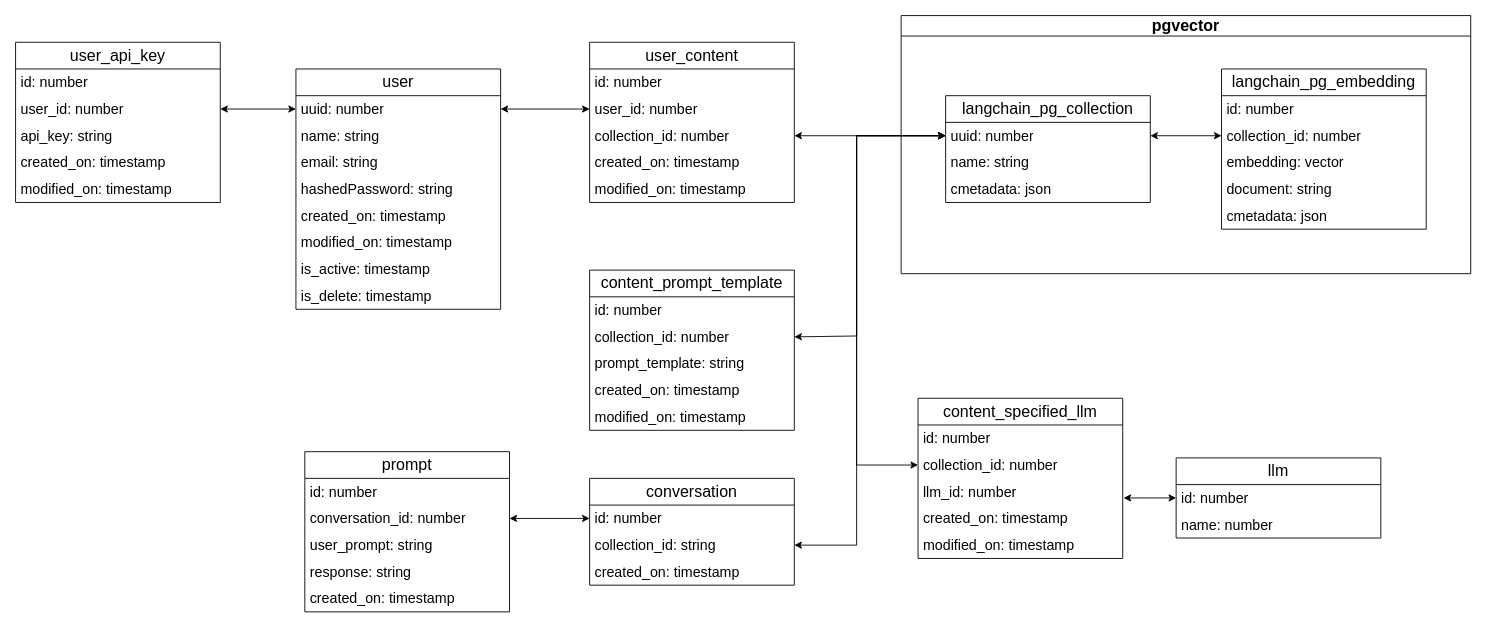
The draw.io diagram docs/DBSchema.drawio in busycaesar/Content_Driven_LLM_APIs, before the edit. Source tidied: cells renumbered, new cells numbered last; positions are measured from the earlier drawing's top-left corner, leaving out a move shared by most shapes. Both pictures are drawn from the tidied source at 89%, with x=0, y=0 at pixel (15, 15).
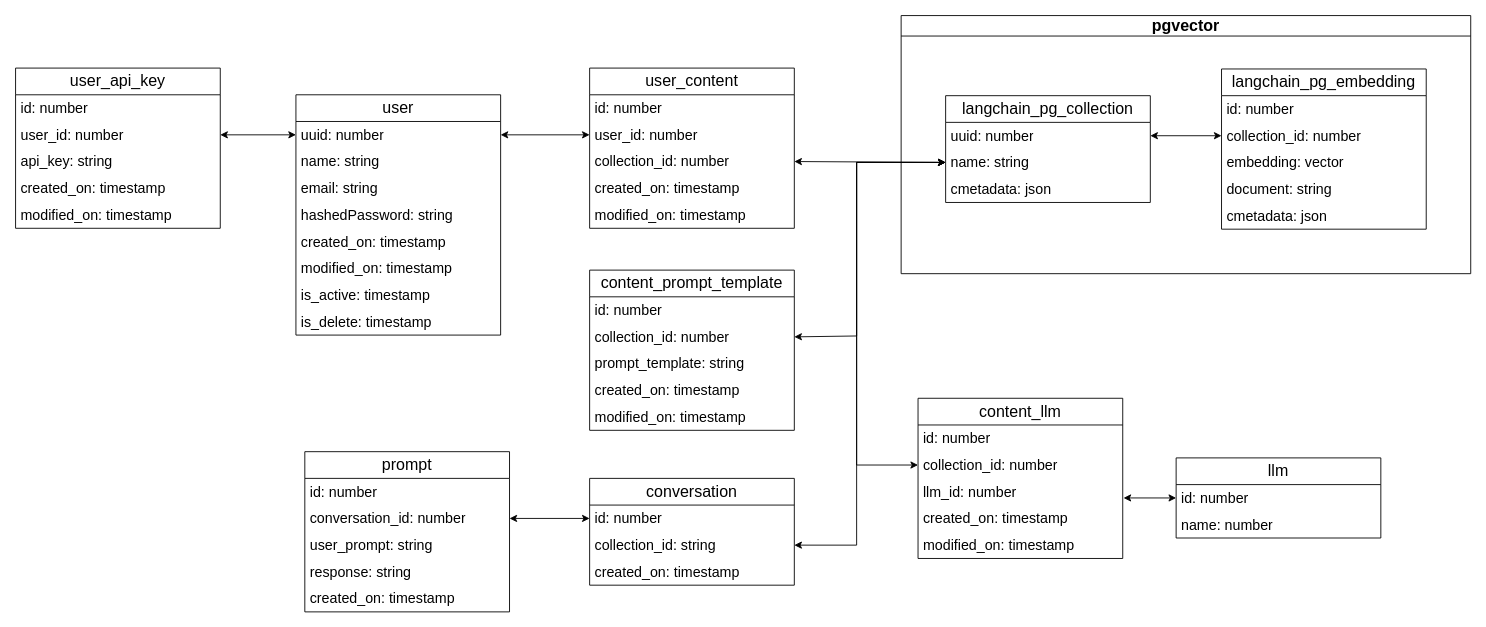
The same diagram, later.

Unchanged cells that the change refers to:
```xml
<mxCell id="3" value="&lt;font style=&quot;font-size: 16px;&quot;&gt;uuid: number&lt;/font&gt;" style="text;strokeColor=none;fillColor=none;align=left;verticalAlign=middle;spacingLeft=4;spacingRight=4;overflow=hidden;points=[[0,0.5],[1,0.5]];portConstraint=eastwest;whiteSpace=wrap;html=1;" parent="2" vertex="1">
  <mxGeometry y="30" width="230" height="30" as="geometry" />
</mxCell>
<mxCell id="4" value="&lt;font style=&quot;font-size: 16px;&quot;&gt;name: string&lt;/font&gt;" style="text;strokeColor=none;fillColor=none;align=left;verticalAlign=middle;spacingLeft=4;spacingRight=4;overflow=hidden;points=[[0,0.5],[1,0.5]];portConstraint=eastwest;whiteSpace=wrap;html=1;" parent="2" vertex="1">
  <mxGeometry y="60" width="230" height="30" as="geometry" />
</mxCell>
<mxCell id="24" value="&lt;font style=&quot;font-size: 16px;&quot;&gt;collection_id: number&lt;/font&gt;" style="text;strokeColor=none;fillColor=none;align=left;verticalAlign=middle;spacingLeft=4;spacingRight=4;overflow=hidden;points=[[0,0.5],[1,0.5]];portConstraint=eastwest;whiteSpace=wrap;html=1;" parent="21" vertex="1">
  <mxGeometry y="90" width="230" height="30" as="geometry" />
</mxCell>
<mxCell id="29" value="&lt;font style=&quot;font-size: 16px;&quot;&gt;collection_id: number&lt;/font&gt;" style="text;strokeColor=none;fillColor=none;align=left;verticalAlign=middle;spacingLeft=4;spacingRight=4;overflow=hidden;points=[[0,0.5],[1,0.5]];portConstraint=eastwest;whiteSpace=wrap;html=1;" parent="27" vertex="1">
  <mxGeometry y="60" width="230" height="30" as="geometry" />
</mxCell>
<mxCell id="41" value="&lt;font style=&quot;font-size: 16px;&quot;&gt;collection_id: string&lt;/font&gt;" style="text;strokeColor=none;fillColor=none;align=left;verticalAlign=middle;spacingLeft=4;spacingRight=4;overflow=hidden;points=[[0,0.5],[1,0.5]];portConstraint=eastwest;whiteSpace=wrap;html=1;" parent="39" vertex="1">
  <mxGeometry y="60" width="230" height="30" as="geometry" />
</mxCell>
<mxCell id="52" value="&lt;font style=&quot;font-size: 16px;&quot;&gt;collection_id: number&lt;/font&gt;" style="text;strokeColor=none;fillColor=none;align=left;verticalAlign=middle;spacingLeft=4;spacingRight=4;overflow=hidden;points=[[0,0.5],[1,0.5]];portConstraint=eastwest;whiteSpace=wrap;html=1;" parent="50" vertex="1">
  <mxGeometry y="60" width="230" height="30" as="geometry" />
</mxCell>
```

Diff of the diagram source:
```diff
@@
     <mxCell id="12" value="&lt;font style=&quot;font-size: 18px;&quot;&gt;user&lt;/font&gt;" style="swimlane;fontStyle=0;horizontal=1;startSize=30;whiteSpace=wrap;html=1;" parent="1" vertex="1">
-      <mxGeometry x="315" y="60" width="230" height="270" as="geometry" />
+      <mxGeometry x="315" y="89" width="230" height="270" as="geometry" />
     </mxCell>
@@
     <mxCell id="21" value="&lt;font style=&quot;font-size: 18px;&quot;&gt;user_content&lt;/font&gt;" style="swimlane;fontStyle=0;horizontal=1;startSize=30;whiteSpace=wrap;html=1;" parent="1" vertex="1">
-      <mxGeometry x="645" y="30" width="230" height="180" as="geometry" />
+      <mxGeometry x="645" y="59" width="230" height="180" as="geometry" />
     </mxCell>
@@
-    <mxCell id="46" style="endArrow=classic;startArrow=classic;html=1;rounded=0;exitX=1;exitY=0.5;exitDx=0;exitDy=0;entryX=0;entryY=0.5;entryDx=0;entryDy=0;" parent="1" edge="1" source="24" target="3">
+    <mxCell id="46" style="endArrow=classic;startArrow=classic;html=1;rounded=0;exitX=1;exitY=0.5;exitDx=0;exitDy=0;entryX=0;entryY=0.5;entryDx=0;entryDy=0;" parent="1" edge="1" source="24" target="4">
       <mxGeometry relative="1" as="geometry" />
     </mxCell>
-    <mxCell id="47" style="endArrow=classic;startArrow=classic;html=1;rounded=0;exitX=1;exitY=0.5;exitDx=0;exitDy=0;entryX=0;entryY=0.5;entryDx=0;entryDy=0;" parent="1" edge="1" source="29" target="3">
+    <mxCell id="47" style="endArrow=classic;startArrow=classic;html=1;rounded=0;exitX=1;exitY=0.5;exitDx=0;exitDy=0;entryX=0;entryY=0.5;entryDx=0;entryDy=0;" parent="1" edge="1" source="29" target="4">
       <mxGeometry relative="1" as="geometry">
         <Array as="points">
           <mxPoint x="945" y="360" />
-          <mxPoint x="945" y="135" />
+          <mxPoint x="945" y="165" />
         </Array>
       </mxGeometry>
     </mxCell>
-    <mxCell id="48" style="endArrow=classic;startArrow=classic;html=1;rounded=0;entryX=0;entryY=0.5;entryDx=0;entryDy=0;exitX=1;exitY=0.5;exitDx=0;exitDy=0;" parent="1" edge="1" source="41" target="3">
+    <mxCell id="48" style="endArrow=classic;startArrow=classic;html=1;rounded=0;exitX=1;exitY=0.5;exitDx=0;exitDy=0;entryX=0;entryY=0.5;entryDx=0;entryDy=0;" parent="1" edge="1" source="41" target="4">
       <mxGeometry relative="1" as="geometry">
         <Array as="points">
           <mxPoint x="945" y="595" />
-          <mxPoint x="945" y="135" />
+          <mxPoint x="945" y="165" />
         </Array>
       </mxGeometry>
     </mxCell>
@@
-    <mxCell id="50" value="&lt;font style=&quot;font-size: 18px;&quot;&gt;content_specified_llm&lt;/font&gt;" style="swimlane;fontStyle=0;horizontal=1;startSize=30;whiteSpace=wrap;html=1;" parent="1" vertex="1">
+    <mxCell id="50" value="&lt;font style=&quot;font-size: 18px;&quot;&gt;content_llm&lt;/font&gt;" style="swimlane;fontStyle=0;horizontal=1;startSize=30;whiteSpace=wrap;html=1;" parent="1" vertex="1">
       <mxGeometry x="1014" y="430" width="230" height="180" as="geometry" />
     </mxCell>
@@
-    <mxCell id="59" style="endArrow=classic;startArrow=classic;html=1;rounded=0;exitX=0;exitY=0.5;exitDx=0;exitDy=0;entryX=0;entryY=0.5;entryDx=0;entryDy=0;" parent="1" edge="1" source="3" target="52">
+    <mxCell id="59" style="endArrow=classic;startArrow=classic;html=1;rounded=0;entryX=0;entryY=0.5;entryDx=0;entryDy=0;exitX=0;exitY=0.5;exitDx=0;exitDy=0;" parent="1" edge="1" source="4" target="52">
       <mxGeometry relative="1" as="geometry">
         <Array as="points">
-          <mxPoint x="945" y="135" />
+          <mxPoint x="945" y="165" />
           <mxPoint x="945" y="505" />
         </Array>
       </mxGeometry>
     </mxCell>
@@
     <mxCell id="61" value="&lt;font style=&quot;font-size: 18px;&quot;&gt;user_api_key&lt;/font&gt;" style="swimlane;fontStyle=0;horizontal=1;startSize=30;whiteSpace=wrap;html=1;" parent="1" vertex="1">
-      <mxGeometry y="30" width="230" height="180" as="geometry" />
+      <mxGeometry y="59" width="230" height="180" as="geometry" />
     </mxCell>
```
